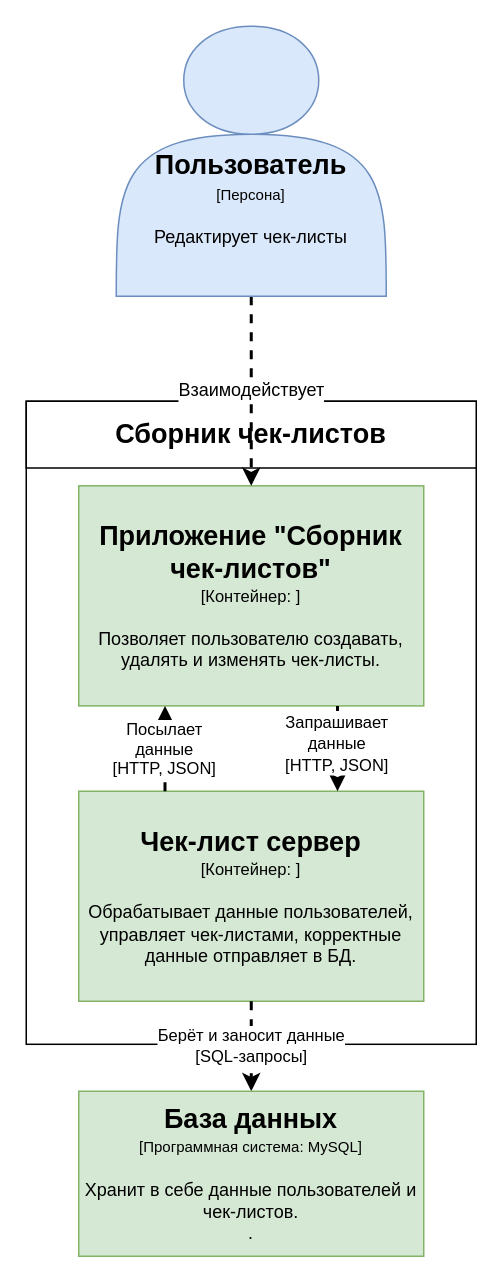
Before: Docs/Контейнеры.drawio in il8q/CitrusTestTask, a draw.io diagram. Source tidied: cells renumbered, new cells numbered last; positions are measured from the earlier drawing's top-left corner, leaving out a move shared by most shapes. Both pictures are drawn from the tidied source at 150%, with x=0, y=0 at pixel (26, 26).
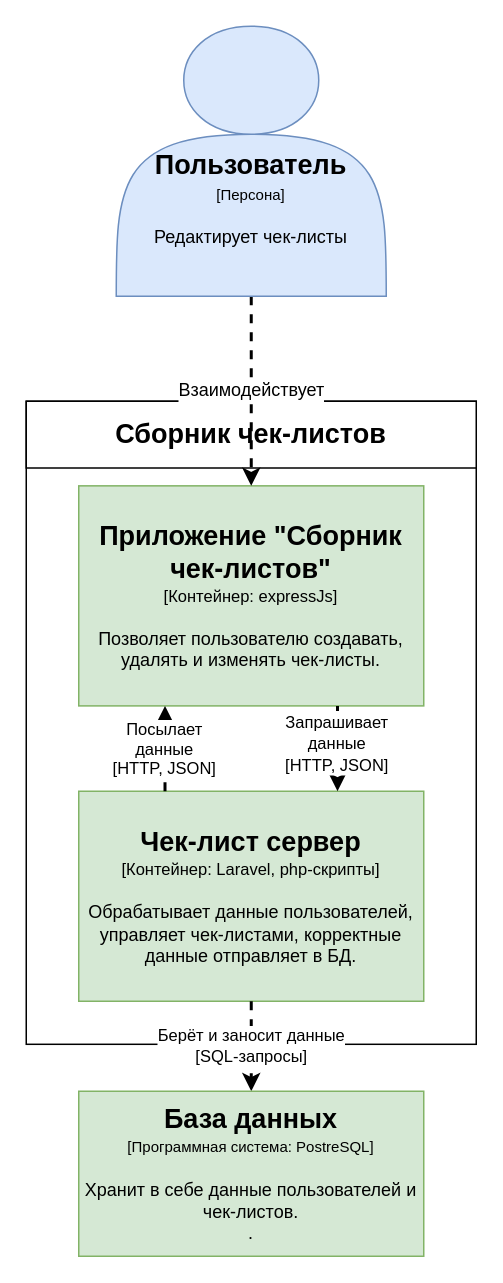
The same page after the edit.

Commit message:
Определены технологии для контейнеров

Diff of the diagram source:
```diff
@@
 <mxGraphModel>
   <root>
     <mxCell id="0" />
     <mxCell id="1" parent="0" />
     <mxCell id="2" style="group;" parent="1" vertex="1">
       <mxGeometry y="250" width="300" height="440" as="geometry" />
     </mxCell>
     <mxCell id="3" style="group;" parent="2" vertex="1">
       <mxGeometry width="300" height="440" as="geometry" />
     </mxCell>
     <mxCell id="4" style="rounded=0;whiteSpace=wrap;html=1;" parent="3" vertex="1">
       <mxGeometry width="300" height="428.7" as="geometry" />
     </mxCell>
     <mxCell id="5" value="&lt;b style=&quot;font-size: 18px&quot;&gt;Сборник чек-листов&lt;/b&gt;" style="rounded=0;whiteSpace=wrap;html=1;" parent="3" vertex="1">
       <mxGeometry width="300" height="44.5" as="geometry" />
     </mxCell>
-    <mxCell id="6" value="&lt;div&gt;&lt;b style=&quot;font-size: 18px&quot;&gt;Приложение &quot;Сборник чек-листов&quot;&lt;/b&gt;&lt;br&gt;&lt;/div&gt;&lt;div&gt;&lt;font style=&quot;font-size: 11px&quot;&gt;[&lt;/font&gt;&lt;font style=&quot;font-size: 11px&quot;&gt;&lt;span class=&quot;tlid-translation translation&quot; lang=&quot;ru&quot;&gt;&lt;span title=&quot;&quot; class=&quot;&quot;&gt;Контейнер: ]&lt;/span&gt;&lt;/span&gt;&lt;/font&gt;&lt;/div&gt;&lt;div&gt;&lt;font style=&quot;font-size: 10px&quot;&gt;&lt;br&gt;&lt;/font&gt;&lt;/div&gt;&lt;div&gt;Позволяет пользователю создавать, удалять и изменять чек-листы.&lt;br&gt;&lt;/div&gt;" style="rounded=0;whiteSpace=wrap;html=1;fillColor=#d5e8d4;strokeColor=#82b366;" parent="3" vertex="1">
+    <mxCell id="6" value="&lt;div&gt;&lt;b style=&quot;font-size: 18px&quot;&gt;Приложение &quot;Сборник чек-листов&quot;&lt;/b&gt;&lt;br&gt;&lt;/div&gt;&lt;div&gt;&lt;font style=&quot;font-size: 11px&quot;&gt;[&lt;/font&gt;&lt;font style=&quot;font-size: 11px&quot;&gt;&lt;span class=&quot;tlid-translation translation&quot; lang=&quot;ru&quot;&gt;&lt;span title=&quot;&quot; class=&quot;&quot;&gt;Контейнер: expressJs]&lt;/span&gt;&lt;/span&gt;&lt;/font&gt;&lt;/div&gt;&lt;div&gt;&lt;font style=&quot;font-size: 10px&quot;&gt;&lt;br&gt;&lt;/font&gt;&lt;/div&gt;&lt;div&gt;Позволяет пользователю создавать, удалять и изменять чек-листы.&lt;br&gt;&lt;/div&gt;" style="rounded=0;whiteSpace=wrap;html=1;fillColor=#d5e8d4;strokeColor=#82b366;" parent="3" vertex="1">
       <mxGeometry x="35" y="56.4" width="230" height="146.7" as="geometry" />
     </mxCell>
-    <mxCell id="7" value="&lt;div&gt;&lt;span style=&quot;font-size: 18px&quot;&gt;&lt;b&gt;Чек-лист сервер&lt;/b&gt;&lt;/span&gt;&lt;/div&gt;&lt;div&gt;&lt;font style=&quot;font-size: 11px&quot;&gt;[&lt;/font&gt;&lt;font style=&quot;font-size: 11px&quot;&gt;&lt;span class=&quot;tlid-translation translation&quot; lang=&quot;ru&quot;&gt;&lt;span title=&quot;&quot; class=&quot;&quot;&gt;Контейнер: &lt;/span&gt;&lt;/span&gt;&lt;/font&gt;&lt;font style=&quot;font-size: 11px&quot;&gt;&lt;span class=&quot;tlid-translation translation&quot; lang=&quot;ru&quot;&gt;&lt;span title=&quot;&quot; class=&quot;&quot;&gt;]&lt;/span&gt;&lt;/span&gt;&lt;/font&gt;&lt;/div&gt;&lt;div&gt;&lt;font style=&quot;font-size: 10px&quot;&gt;&lt;br&gt;&lt;/font&gt;&lt;/div&gt;&lt;div&gt;Обрабатывает данные пользователей, управляет чек-листами, корректные данные отправляет в БД.&lt;br&gt;&lt;/div&gt;" style="rounded=0;whiteSpace=wrap;html=1;fillColor=#d5e8d4;strokeColor=#82b366;" parent="3" vertex="1">
+    <mxCell id="7" value="&lt;div&gt;&lt;span style=&quot;font-size: 18px&quot;&gt;&lt;b&gt;Чек-лист сервер&lt;/b&gt;&lt;/span&gt;&lt;/div&gt;&lt;div&gt;&lt;font style=&quot;font-size: 11px&quot;&gt;[&lt;/font&gt;&lt;font style=&quot;font-size: 11px&quot;&gt;&lt;span class=&quot;tlid-translation translation&quot; lang=&quot;ru&quot;&gt;&lt;span title=&quot;&quot; class=&quot;&quot;&gt;Контейнер: Laravel, php-скрипты&lt;/span&gt;&lt;/span&gt;&lt;/font&gt;&lt;font style=&quot;font-size: 11px&quot;&gt;&lt;span class=&quot;tlid-translation translation&quot; lang=&quot;ru&quot;&gt;&lt;span title=&quot;&quot; class=&quot;&quot;&gt;]&lt;/span&gt;&lt;/span&gt;&lt;/font&gt;&lt;/div&gt;&lt;div&gt;&lt;font style=&quot;font-size: 10px&quot;&gt;&lt;br&gt;&lt;/font&gt;&lt;/div&gt;&lt;div&gt;Обрабатывает данные пользователей, управляет чек-листами, корректные данные отправляет в БД.&lt;br&gt;&lt;/div&gt;" style="rounded=0;whiteSpace=wrap;html=1;fillColor=#d5e8d4;strokeColor=#82b366;" parent="3" vertex="1">
       <mxGeometry x="35" y="260" width="230" height="140" as="geometry" />
     </mxCell>
     <mxCell id="8" style="edgeStyle=orthogonalEdgeStyle;rounded=0;jettySize=auto;html=1;exitX=0.75;exitY=1;exitDx=0;exitDy=0;entryX=0.75;entryY=0;entryDx=0;entryDy=0;dashed=1;strokeWidth=2;" parent="3" edge="1" source="6" target="7">
       <mxGeometry relative="1" as="geometry" />
     </mxCell>
     <mxCell id="9" value="&lt;div&gt;&lt;font style=&quot;font-size: 11px&quot;&gt;Запрашивает&lt;/font&gt;&lt;/div&gt;&lt;div&gt;&lt;font style=&quot;font-size: 11px&quot;&gt; данные&lt;/font&gt;&lt;/div&gt;&lt;div&gt;&lt;font style=&quot;font-size: 11px&quot;&gt;&lt;font style=&quot;font-size: 11px&quot; size=&quot;3&quot;&gt;[&lt;/font&gt;HTTP&lt;font style=&quot;font-size: 11px&quot; size=&quot;3&quot;&gt;, JSON]&lt;/font&gt;&lt;/font&gt;&lt;/div&gt;" style="text;html=1;align=center;verticalAlign=middle;labelBackgroundColor=#ffffff;" parent="8" vertex="1">
       <mxGeometry x="0.15" y="-1" relative="1" as="geometry">
         <mxPoint y="-9" as="offset" />
       </mxGeometry>
     </mxCell>
     <mxCell id="10" value="&lt;div&gt;&lt;font style=&quot;font-size: 11px&quot;&gt;Посылает&lt;/font&gt;&lt;/div&gt;&lt;div&gt;&lt;font style=&quot;font-size: 11px&quot; size=&quot;3&quot;&gt;данные&lt;br&gt;&lt;/font&gt;&lt;/div&gt;&lt;div&gt;&lt;font style=&quot;font-size: 11px&quot; size=&quot;3&quot;&gt;[HTTP, JSON]&lt;br&gt;&lt;/font&gt;&lt;/div&gt;" style="edgeStyle=orthogonalEdgeStyle;rounded=0;jettySize=auto;html=1;exitX=0.25;exitY=0;exitDx=0;exitDy=0;entryX=0.25;entryY=1;entryDx=0;entryDy=0;dashed=1;strokeWidth=2;" parent="3" edge="1" source="7" target="6">
       <mxGeometry relative="1" as="geometry" />
     </mxCell>
     <mxCell id="11" value="&lt;div&gt;Берёт и заносит данные&lt;/div&gt;&lt;div&gt;[SQL-запросы]&lt;br&gt;&lt;/div&gt;" style="edgeStyle=orthogonalEdgeStyle;rounded=0;jettySize=auto;html=1;dashed=1;strokeWidth=2;exitX=0.5;exitY=1;exitDx=0;exitDy=0;" parent="1" edge="1" source="7" target="12">
       <mxGeometry relative="1" as="geometry" />
     </mxCell>
-    <mxCell id="12" value="&lt;div&gt;&lt;b&gt;&lt;font style=&quot;font-size: 18px&quot;&gt;База данных&lt;/font&gt;&lt;/b&gt;&lt;br&gt;&lt;/div&gt;&lt;div&gt;&lt;font style=&quot;font-size: 10px&quot;&gt;[&lt;/font&gt;&lt;font style=&quot;font-size: 10px&quot;&gt;&lt;span class=&quot;tlid-translation translation&quot; lang=&quot;ru&quot;&gt;&lt;span title=&quot;&quot; class=&quot;&quot;&gt;Программная система: MySQL&lt;/span&gt;&lt;/span&gt;]&lt;/font&gt;&lt;/div&gt;&lt;div&gt;&lt;font style=&quot;font-size: 10px&quot;&gt;&lt;br&gt;&lt;/font&gt;&lt;/div&gt;Хранит в себе данные пользователей и чек-листов.&lt;div&gt;.&lt;br&gt;&lt;/div&gt;" style="rounded=0;whiteSpace=wrap;html=1;fillColor=#d5e8d4;strokeColor=#82b366;" parent="1" vertex="1">
+    <mxCell id="12" value="&lt;div&gt;&lt;b&gt;&lt;font style=&quot;font-size: 18px&quot;&gt;База данных&lt;/font&gt;&lt;/b&gt;&lt;br&gt;&lt;/div&gt;&lt;div&gt;&lt;font style=&quot;font-size: 10px&quot;&gt;[&lt;/font&gt;&lt;font style=&quot;font-size: 10px&quot;&gt;&lt;span class=&quot;tlid-translation translation&quot; lang=&quot;ru&quot;&gt;&lt;span title=&quot;&quot; class=&quot;&quot;&gt;Программная система: PostreSQL&lt;/span&gt;&lt;/span&gt;]&lt;/font&gt;&lt;/div&gt;&lt;div&gt;&lt;font style=&quot;font-size: 10px&quot;&gt;&lt;br&gt;&lt;/font&gt;&lt;/div&gt;Хранит в себе данные пользователей и чек-листов.&lt;div&gt;.&lt;br&gt;&lt;/div&gt;" style="rounded=0;whiteSpace=wrap;html=1;fillColor=#d5e8d4;strokeColor=#82b366;" parent="1" vertex="1">
       <mxGeometry x="35" y="710" width="230" height="110" as="geometry" />
     </mxCell>
     <mxCell id="13" value="&lt;font style=&quot;font-size: 12px&quot;&gt;Взаимодействует&lt;/font&gt;" style="edgeStyle=orthogonalEdgeStyle;rounded=0;jettySize=auto;html=1;exitX=0.5;exitY=1;exitDx=0;exitDy=0;dashed=1;strokeWidth=2;" parent="1" edge="1" source="14" target="6">
       <mxGeometry relative="1" as="geometry" />
     </mxCell>
     <mxCell id="14" value="&lt;div&gt;&lt;br&gt;&lt;/div&gt;&lt;div&gt;&lt;br&gt;&lt;/div&gt;&lt;div&gt;&lt;b&gt;&lt;font style=&quot;font-size: 18px&quot;&gt;&lt;br&gt;&lt;/font&gt;&lt;/b&gt;&lt;/div&gt;&lt;div&gt;&lt;b&gt;&lt;font style=&quot;font-size: 18px&quot;&gt;Пользователь&lt;br&gt;&lt;/font&gt;&lt;/b&gt;&lt;/div&gt;&lt;div&gt;&lt;font style=&quot;font-size: 10px&quot;&gt;[Персона]&lt;/font&gt;&lt;/div&gt;&lt;div&gt;&lt;font style=&quot;font-size: 10px&quot;&gt;&lt;br&gt;&lt;/font&gt;&lt;/div&gt;&lt;div&gt;Редактирует чек-листы&lt;br&gt;&lt;/div&gt;" style="shape=actor;whiteSpace=wrap;html=1;fillColor=#dae8fc;strokeColor=#6c8ebf;" parent="1" vertex="1">
       <mxGeometry x="60" width="180" height="180" as="geometry" />
     </mxCell>
   </root>
 </mxGraphModel>
```
